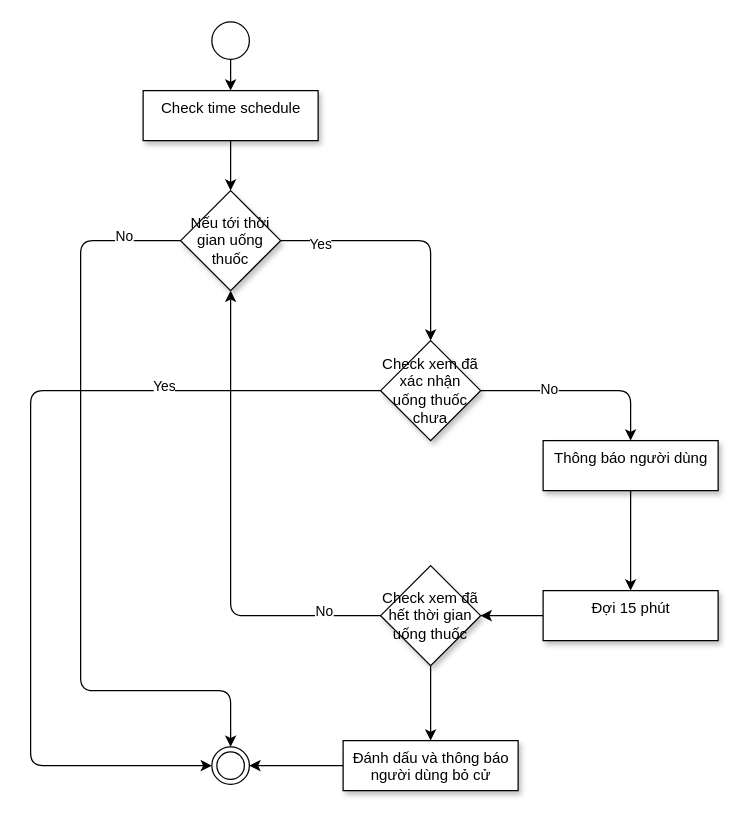
Before: page "Page-2" (2 of 4) of Activities diagram.drawio in TitaniumBull224/DATH_AI, a draw.io diagram. Source tidied: cells renumbered, new cells numbered last; positions are measured from the earlier drawing's top-left corner, leaving out a move shared by most shapes. Both pictures are drawn from the tidied source at 125%, with x=0, y=0 at pixel (30, 21).
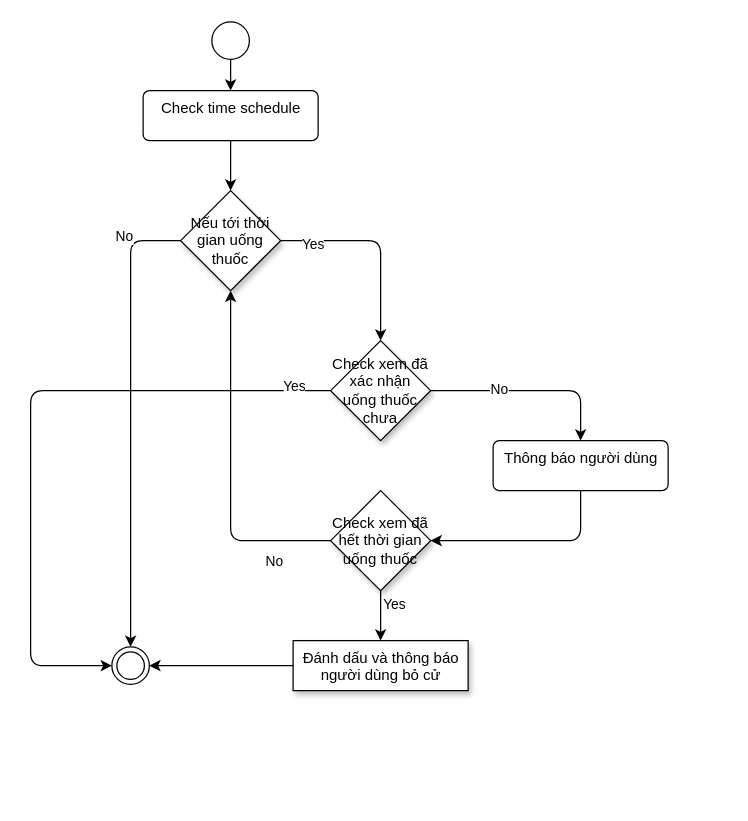
Above is the later version.

The change refers to these unchanged cells:
```xml
<mxCell id="9" value="Nếu tới thời gian uống thuốc" style="rhombus;whiteSpace=wrap;html=1;fillColor=default;strokeColor=default;fontColor=default;gradientColor=none;shadow=1;rounded=0;" parent="1" vertex="1">
  <mxGeometry x="120" y="135" width="80" height="80" as="geometry" />
</mxCell>
<mxCell id="21" style="edgeStyle=none;html=1;entryX=0.5;entryY=0;entryDx=0;entryDy=0;" parent="1" edge="1" source="22" target="24">
  <mxGeometry relative="1" as="geometry" />
</mxCell>
```

The edit, as a diff of the source:
```diff
@@
-    <mxCell id="4" style="edgeStyle=none;html=1;entryX=0.5;entryY=0;entryDx=0;entryDy=0;" parent="1" edge="1" source="5" target="9">
+    <mxCell id="4" style="edgeStyle=none;html=1;entryX=0.5;entryY=0;entryDx=0;entryDy=0;exitX=0.5;exitY=1;exitDx=0;exitDy=0;" parent="1" edge="1" source="5" target="9">
       <mxGeometry relative="1" as="geometry" />
     </mxCell>
-    <mxCell id="5" value="Check time schedule" style="html=1;align=center;verticalAlign=top;rounded=0;absoluteArcSize=1;arcSize=10;dashed=0;strokeColor=default;fillColor=default;fontColor=default;gradientColor=none;shadow=1;" parent="1" vertex="1">
-      <mxGeometry x="90" y="55" width="140" height="40" as="geometry" />
-    </mxCell>
     <mxCell id="6" style="edgeStyle=none;html=1;entryX=0.5;entryY=0;entryDx=0;entryDy=0;" parent="1" edge="1" source="9" target="14">
       <mxGeometry relative="1" as="geometry">
         <Array as="points">
-          <mxPoint x="320" y="175" />
+          <mxPoint x="280" y="175" />
         </Array>
       </mxGeometry>
     </mxCell>
@@
     <mxCell id="8" style="edgeStyle=none;html=1;entryX=0.5;entryY=0;entryDx=0;entryDy=0;" parent="1" edge="1" source="9" target="15">
       <mxGeometry relative="1" as="geometry">
         <Array as="points">
-          <mxPoint x="40" y="175" />
-          <mxPoint x="40" y="535" />
-          <mxPoint x="160" y="535" />
+          <mxPoint x="80" y="175" />
         </Array>
       </mxGeometry>
     </mxCell>
@@
     <mxCell id="10" style="edgeStyle=none;html=1;entryX=0.5;entryY=0;entryDx=0;entryDy=0;" parent="1" edge="1" source="14" target="17">
       <mxGeometry relative="1" as="geometry">
         <Array as="points">
-          <mxPoint x="480" y="295" />
+          <mxPoint x="440" y="295" />
         </Array>
       </mxGeometry>
     </mxCell>
@@
     <mxCell id="12" style="edgeStyle=none;html=1;exitX=0;exitY=0.5;exitDx=0;exitDy=0;entryX=0;entryY=0.5;entryDx=0;entryDy=0;" parent="1" edge="1" source="14" target="15">
       <mxGeometry relative="1" as="geometry">
         <Array as="points">
           <mxPoint y="295" />
-          <mxPoint y="595" />
+          <mxPoint y="515" />
         </Array>
       </mxGeometry>
     </mxCell>
     <mxCell id="13" value="Yes" style="edgeLabel;html=1;align=center;verticalAlign=middle;fontColor=default;labelBackgroundColor=default;" parent="12" vertex="1">
-      <mxGeometry x="-0.52" y="-4" relative="1" as="geometry" />
+      <mxGeometry x="-0.52" y="-4" relative="1" as="geometry">
+        <mxPoint x="96" as="offset" />
+      </mxGeometry>
     </mxCell>
     <mxCell id="14" value="Check xem đã xác nhận uống thuốc chưa" style="rhombus;whiteSpace=wrap;html=1;fillColor=default;strokeColor=default;fontColor=default;gradientColor=none;shadow=1;rounded=0;" parent="1" vertex="1">
-      <mxGeometry x="280" y="255" width="80" height="80" as="geometry" />
+      <mxGeometry x="240" y="255" width="80" height="80" as="geometry" />
     </mxCell>
     <mxCell id="15" style="ellipse;html=1;shape=endState;strokeColor=default;fillColor=default;" parent="1" vertex="1">
-      <mxGeometry x="145" y="580" width="30" height="30" as="geometry" />
+      <mxGeometry x="65" y="500" width="30" height="30" as="geometry" />
     </mxCell>
-    <mxCell id="16" style="edgeStyle=none;html=1;entryX=0.5;entryY=0;entryDx=0;entryDy=0;" parent="1" edge="1" source="17" target="20">
-      <mxGeometry relative="1" as="geometry" />
+    <mxCell id="16" style="edgeStyle=none;html=1;entryX=1;entryY=0.5;entryDx=0;entryDy=0;exitX=0.5;exitY=1;exitDx=0;exitDy=0;" parent="1" edge="1" source="17" target="22">
+      <mxGeometry relative="1" as="geometry">
+        <Array as="points">
+          <mxPoint x="440" y="415" />
+        </Array>
+      </mxGeometry>
     </mxCell>
-    <mxCell id="17" value="Thông báo người dùng" style="html=1;align=center;verticalAlign=top;rounded=0;absoluteArcSize=1;arcSize=10;dashed=0;strokeColor=default;fillColor=default;fontColor=default;gradientColor=none;shadow=1;" parent="1" vertex="1">
-      <mxGeometry x="410" y="335" width="140" height="40" as="geometry" />
-    </mxCell>
     <mxCell id="18" style="edgeStyle=none;html=1;entryX=0.5;entryY=1;entryDx=0;entryDy=0;exitX=0;exitY=0.5;exitDx=0;exitDy=0;" parent="1" edge="1" source="22" target="9">
       <mxGeometry relative="1" as="geometry">
         <Array as="points">
-          <mxPoint x="160" y="475" />
+          <mxPoint x="160" y="415" />
         </Array>
       </mxGeometry>
     </mxCell>
-    <mxCell id="19" style="edgeStyle=none;html=1;entryX=1;entryY=0.5;entryDx=0;entryDy=0;" parent="1" edge="1" source="20" target="22">
-      <mxGeometry relative="1" as="geometry" />
-    </mxCell>
-    <mxCell id="20" value="Đợi 15 phút" style="html=1;align=center;verticalAlign=top;rounded=0;absoluteArcSize=1;arcSize=10;dashed=0;strokeColor=default;fillColor=default;fontColor=default;gradientColor=none;shadow=1;" parent="1" vertex="1">
-      <mxGeometry x="410" y="455" width="140" height="40" as="geometry" />
-    </mxCell>
@@
+    <mxCell id="27" value="Yes" style="edgeLabel;html=1;align=center;verticalAlign=middle;" parent="21" vertex="1">
+      <mxGeometry x="-0.61" relative="1" as="geometry">
+        <mxPoint x="10" y="2" as="offset" />
+      </mxGeometry>
+    </mxCell>
     <mxCell id="22" value="Check xem đã hết thời gian uống thuốc" style="rhombus;whiteSpace=wrap;html=1;fillColor=default;strokeColor=default;fontColor=default;gradientColor=none;shadow=1;rounded=0;" parent="1" vertex="1">
-      <mxGeometry x="280" y="435" width="80" height="80" as="geometry" />
+      <mxGeometry x="240" y="375" width="80" height="80" as="geometry" />
     </mxCell>
@@
     <mxCell id="24" value="Đánh dấu và thông báo &lt;br&gt;người dùng bỏ cử" style="html=1;align=center;verticalAlign=top;rounded=0;absoluteArcSize=1;arcSize=10;dashed=0;strokeColor=default;fillColor=default;fontColor=default;gradientColor=none;shadow=1;" parent="1" vertex="1">
-      <mxGeometry x="250" y="575" width="140" height="40" as="geometry" />
+      <mxGeometry x="210" y="495" width="140" height="40" as="geometry" />
     </mxCell>
@@
     <mxCell id="26" value="No" style="edgeLabel;html=1;align=center;verticalAlign=middle;fontColor=default;labelBackgroundColor=default;" parent="1" vertex="1">
-      <mxGeometry x="240" y="465" as="geometry">
+      <mxGeometry x="200" y="425" as="geometry">
         <mxPoint x="-6" y="6" as="offset" />
       </mxGeometry>
     </mxCell>
+    <mxCell id="5" value="Check time schedule" style="html=1;align=center;verticalAlign=top;rounded=1;absoluteArcSize=1;arcSize=10;dashed=0;" parent="1" vertex="1">
+      <mxGeometry x="90" y="55" width="140" height="40" as="geometry" />
+    </mxCell>
+    <mxCell id="17" value="Thông báo người dùng" style="html=1;align=center;verticalAlign=top;rounded=1;absoluteArcSize=1;arcSize=10;dashed=0;" parent="1" vertex="1">
+      <mxGeometry x="370" y="335" width="140" height="40" as="geometry" />
+    </mxCell>
```
